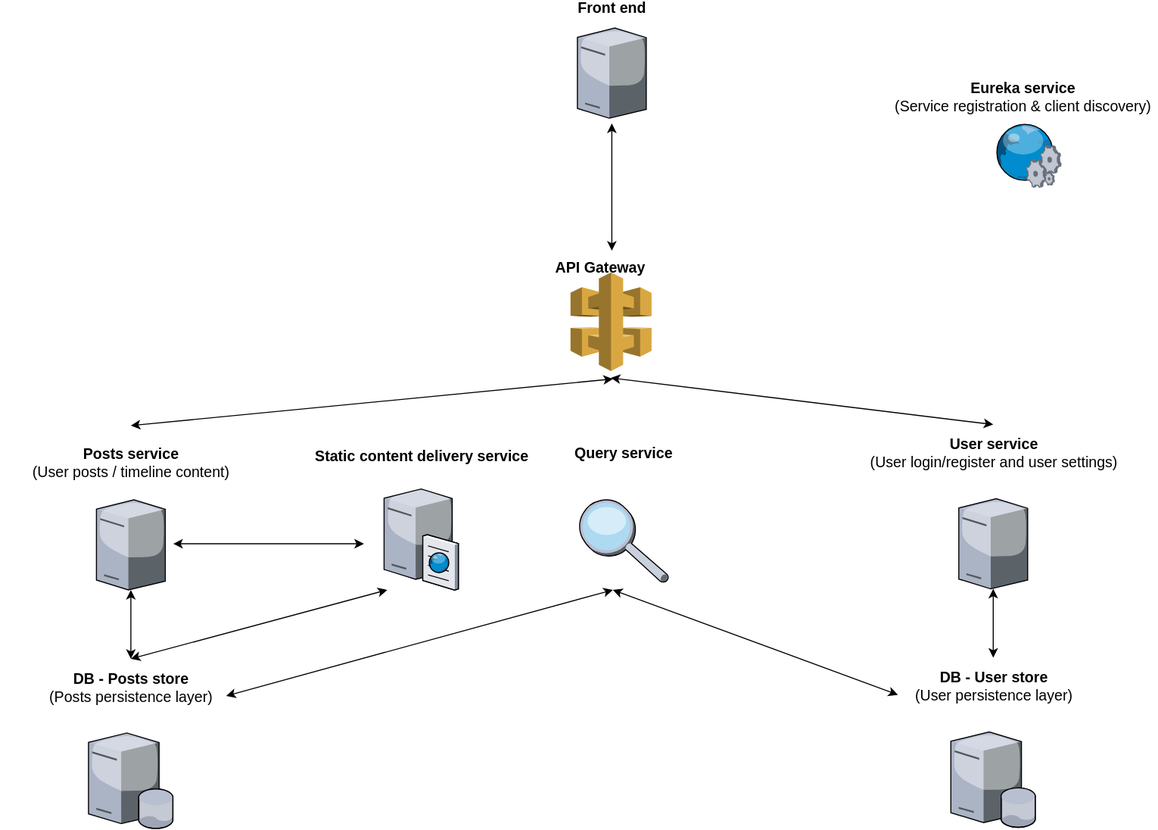
Above: models/servicesDiagram.svg in arcilli/demetria-social-network (draw.io), before the change. Source tidied: cells renumbered, new cells last; positions are measured from the earlier drawing's top-left corner, leaving out a move shared by most shapes.
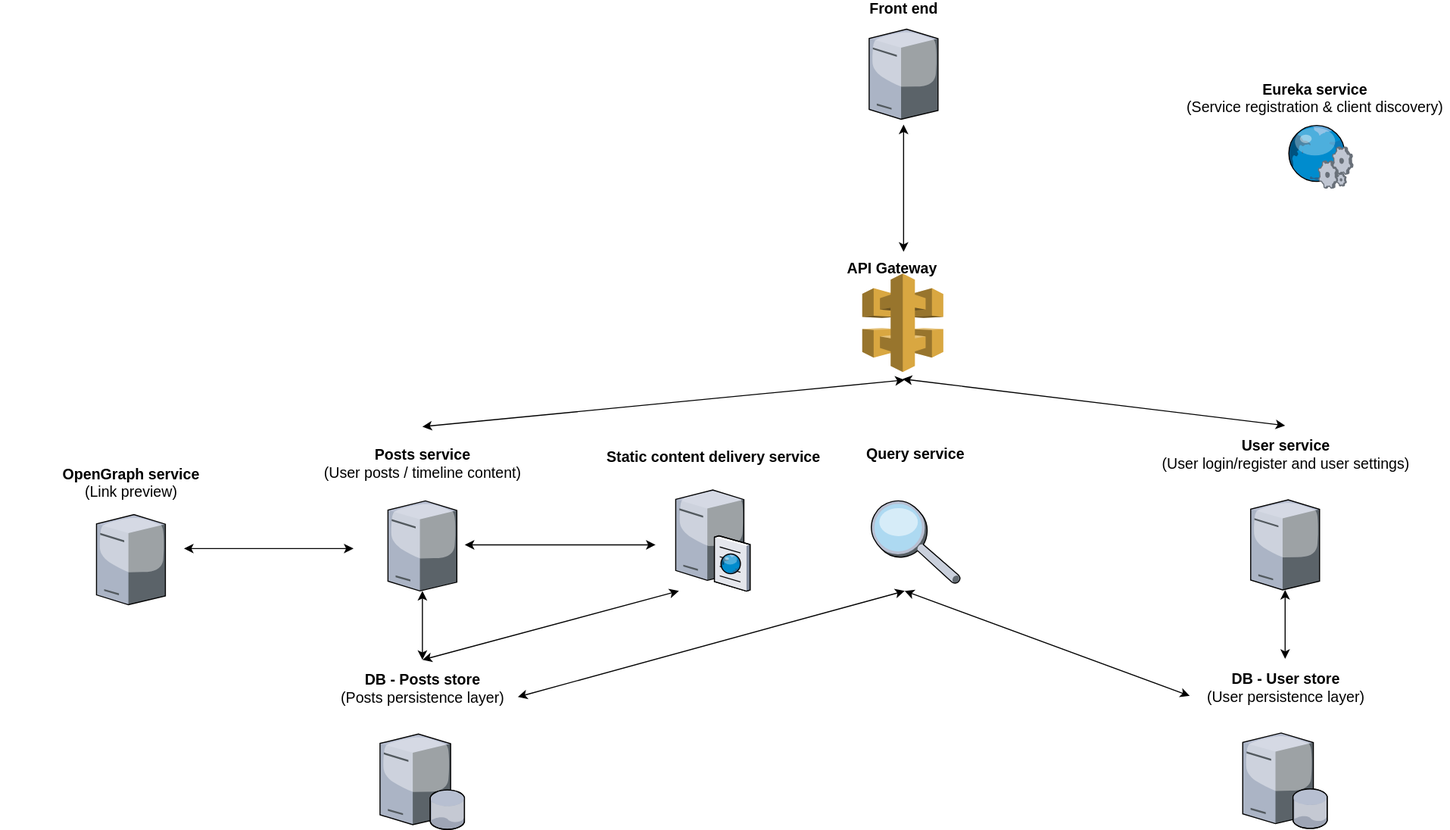
After the change.

Commit message:
Added OpenGraph service to service diagram.

The edit, as a diff of the source:
```diff
@@ -105,5 +105,17 @@
         <mxPoint x="578" y="550" as="targetPoint" />
       </mxGeometry>
     </mxCell>
+    <mxCell id="31" style="verticalLabelPosition=bottom;html=1;verticalAlign=top;strokeColor=none;align=center;shape=mxgraph.citrix.tower_server;" parent="1" vertex="1">
+      <mxGeometry x="-184.5" y="478" width="65" height="85" as="geometry" />
+    </mxCell>
+    <mxCell id="32" value="&lt;div style=&quot;font-size: 14px&quot;&gt;&lt;b&gt;OpenGraph service&lt;/b&gt;&lt;br&gt;&lt;/div&gt;&lt;div style=&quot;font-size: 14px&quot;&gt;&lt;font style=&quot;font-size: 14px&quot;&gt;(Link preview)&lt;br&gt;&lt;/font&gt;&lt;/div&gt;" style="text;html=1;strokeColor=none;fillColor=none;align=center;verticalAlign=middle;whiteSpace=wrap;rounded=0;" parent="1" vertex="1">
+      <mxGeometry x="-274.5" y="413" width="245" height="70" as="geometry" />
+    </mxCell>
+    <mxCell id="33" style="endArrow=classic;startArrow=classic;html=1;" parent="1" edge="1">
+      <mxGeometry relative="1" as="geometry">
+        <mxPoint x="58" y="510" as="sourcePoint" />
+        <mxPoint x="-102" y="510" as="targetPoint" />
+      </mxGeometry>
+    </mxCell>
   </root>
 </mxGraphModel>
```
